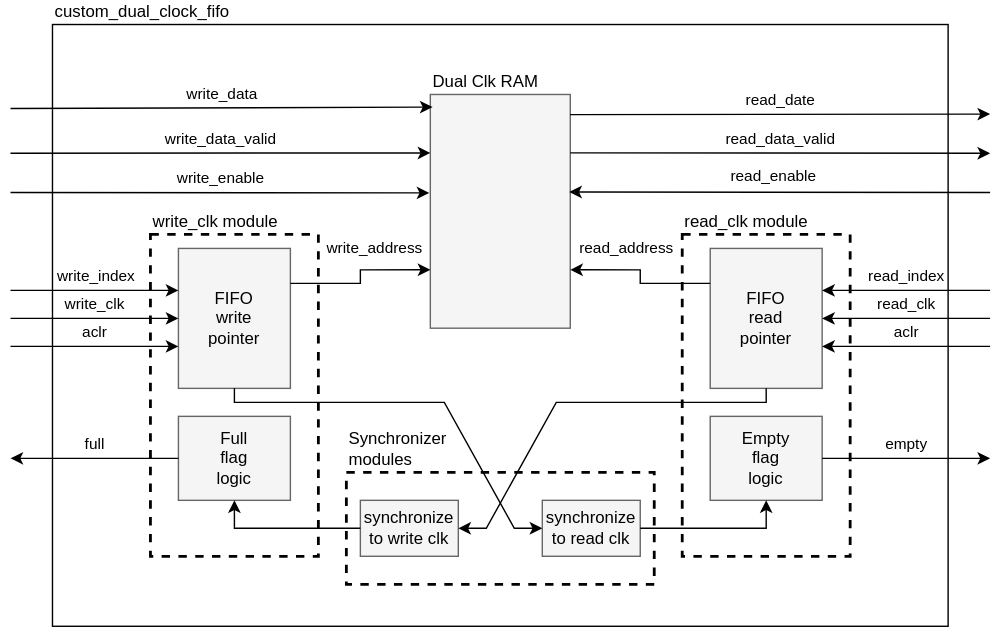
Before: ip/memories/fifo/docs/async_fifo.drawio.svg, a diagram exported from draw.io (nselvara/HDL-Core-Library). Source tidied: cells renumbered, new cells last; positions are measured from the earlier drawing's top-left corner, leaving out a move shared by most shapes.
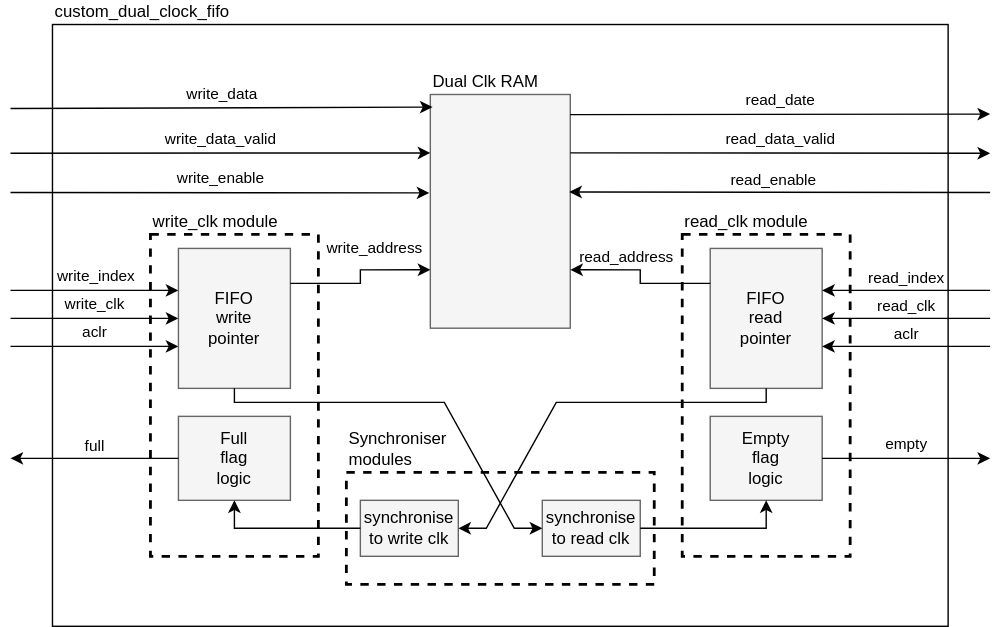
The same diagram one commit later.

Commit message:
async_fifo: Fixed colours of texts and positioned the texts above the arrows

What changed in the source:
```diff
@@ -5,13 +5,13 @@
     <mxCell id="2" value="custom_dual_clock_fifo" style="rounded=0;whiteSpace=wrap;html=1;strokeColor=#000000;fillColor=#FFFFFF;labelPosition=center;verticalLabelPosition=top;align=left;verticalAlign=bottom;" parent="1" vertex="1">
       <mxGeometry x="30" width="640" height="430" as="geometry" />
     </mxCell>
-    <mxCell id="3" value="write_clk module" style="rounded=0;whiteSpace=wrap;html=1;fillColor=none;dashed=1;strokeWidth=2;labelPosition=center;verticalLabelPosition=top;align=left;verticalAlign=bottom;strokeColor=#000000;" parent="1" vertex="1">
+    <mxCell id="3" value="&lt;font style=&quot;color: rgb(0, 0, 0);&quot;&gt;write_clk module&lt;/font&gt;" style="rounded=0;whiteSpace=wrap;html=1;fillColor=none;dashed=1;strokeWidth=2;labelPosition=center;verticalLabelPosition=top;align=left;verticalAlign=bottom;strokeColor=#000000;" parent="1" vertex="1">
       <mxGeometry x="100" y="150" width="120" height="230" as="geometry" />
     </mxCell>
     <mxCell id="4" value="&lt;font style=&quot;color: rgb(0, 0, 0);&quot;&gt;read_clk module&lt;/font&gt;" style="rounded=0;whiteSpace=wrap;html=1;fillColor=none;dashed=1;strokeWidth=2;labelPosition=center;verticalLabelPosition=top;align=left;verticalAlign=bottom;strokeColor=#000000;" parent="1" vertex="1">
       <mxGeometry x="480" y="150" width="120" height="230" as="geometry" />
     </mxCell>
-    <mxCell id="5" value="&lt;font style=&quot;color: rgb(0, 0, 0);&quot;&gt;Synchronizer&lt;br&gt;modules&lt;/font&gt;" style="rounded=0;whiteSpace=wrap;html=1;fillColor=none;dashed=1;strokeWidth=2;labelPosition=center;verticalLabelPosition=top;align=left;verticalAlign=bottom;strokeColor=#000000;" parent="1" vertex="1">
+    <mxCell id="5" value="&lt;font style=&quot;color: rgb(0, 0, 0);&quot;&gt;Synchroniser&lt;br&gt;modules&lt;/font&gt;" style="rounded=0;whiteSpace=wrap;html=1;fillColor=none;dashed=1;strokeWidth=2;labelPosition=center;verticalLabelPosition=top;align=left;verticalAlign=bottom;strokeColor=#000000;" parent="1" vertex="1">
       <mxGeometry x="240" y="320" width="220" height="80" as="geometry" />
     </mxCell>
     <mxCell id="6" value="&lt;font style=&quot;color: rgb(0, 0, 0);&quot;&gt;FIFO&lt;br&gt;write&lt;/font&gt;&lt;div&gt;&lt;font style=&quot;color: rgb(0, 0, 0);&quot;&gt;pointer&lt;/font&gt;&lt;/div&gt;" style="rounded=0;whiteSpace=wrap;html=1;fillColor=#f5f5f5;strokeColor=#666666;" parent="1" vertex="1">
@@ -20,7 +20,7 @@
     <mxCell id="7" value="&lt;font style=&quot;color: rgb(0, 0, 0);&quot;&gt;Full&lt;br&gt;flag&lt;br&gt;logic&lt;/font&gt;" style="rounded=0;whiteSpace=wrap;html=1;fillColor=#f5f5f5;strokeColor=#666666;" parent="1" vertex="1">
       <mxGeometry x="120" y="280" width="80" height="60" as="geometry" />
     </mxCell>
-    <mxCell id="8" value="Dual Clk RAM" style="rounded=0;whiteSpace=wrap;html=1;fillColor=#f5f5f5;strokeColor=#666666;labelPosition=center;verticalLabelPosition=top;align=left;verticalAlign=bottom;" parent="1" vertex="1">
+    <mxCell id="8" value="&lt;font style=&quot;color: rgb(0, 0, 0);&quot;&gt;Dual Clk RAM&lt;/font&gt;" style="rounded=0;whiteSpace=wrap;html=1;fillColor=#f5f5f5;strokeColor=#666666;labelPosition=center;verticalLabelPosition=top;align=left;verticalAlign=bottom;" parent="1" vertex="1">
       <mxGeometry x="300" y="50" width="100" height="167" as="geometry" />
     </mxCell>
     <mxCell id="9" value="&lt;font style=&quot;color: rgb(0, 0, 0);&quot;&gt;FIFO&lt;br&gt;read&lt;/font&gt;&lt;div&gt;&lt;font style=&quot;color: rgb(0, 0, 0);&quot;&gt;pointer&lt;/font&gt;&lt;/div&gt;" style="rounded=0;whiteSpace=wrap;html=1;fillColor=#f5f5f5;strokeColor=#666666;" parent="1" vertex="1">
@@ -29,10 +29,10 @@
     <mxCell id="10" value="&lt;font style=&quot;color: rgb(0, 0, 0);&quot;&gt;Empty&lt;br&gt;flag&lt;br&gt;logic&lt;/font&gt;" style="rounded=0;whiteSpace=wrap;html=1;fillColor=#f5f5f5;strokeColor=#666666;" parent="1" vertex="1">
       <mxGeometry x="500" y="280" width="80" height="60" as="geometry" />
     </mxCell>
-    <mxCell id="11" value="&lt;font style=&quot;color: rgb(0, 0, 0);&quot;&gt;synchronize&lt;br&gt;to write clk&lt;/font&gt;" style="rounded=0;whiteSpace=wrap;html=1;fillColor=#f5f5f5;strokeColor=#666666;" parent="1" vertex="1">
+    <mxCell id="11" value="&lt;font style=&quot;color: rgb(0, 0, 0);&quot;&gt;synchronise&lt;br&gt;to write clk&lt;/font&gt;" style="rounded=0;whiteSpace=wrap;html=1;fillColor=#f5f5f5;strokeColor=#666666;" parent="1" vertex="1">
       <mxGeometry x="250" y="340" width="70" height="40" as="geometry" />
     </mxCell>
-    <mxCell id="12" value="&lt;font style=&quot;color: rgb(0, 0, 0);&quot;&gt;synchronize&lt;br&gt;to read clk&lt;/font&gt;" style="rounded=0;whiteSpace=wrap;html=1;fillColor=#f5f5f5;strokeColor=#666666;" parent="1" vertex="1">
+    <mxCell id="12" value="&lt;font style=&quot;color: rgb(0, 0, 0);&quot;&gt;synchronise&lt;br&gt;to read clk&lt;/font&gt;" style="rounded=0;whiteSpace=wrap;html=1;fillColor=#f5f5f5;strokeColor=#666666;" parent="1" vertex="1">
       <mxGeometry x="380" y="340" width="70" height="40" as="geometry" />
     </mxCell>
     <mxCell id="13" value="&lt;font style=&quot;color: rgb(0, 0, 0);&quot;&gt;write_data&lt;/font&gt;" style="endArrow=classic;html=1;entryX=0.016;entryY=0.054;entryDx=0;entryDy=0;entryPerimeter=0;strokeColor=#000000;labelBackgroundColor=none;" parent="1" edge="1" target="8">
@@ -63,7 +63,7 @@
         <mxPoint x="120" y="230" as="targetPoint" />
       </mxGeometry>
     </mxCell>
-    <mxCell id="18" value="&lt;font style=&quot;color: rgb(0, 0, 0);&quot;&gt;full&lt;/font&gt;" style="endArrow=classic;html=1;strokeColor=#000000;exitX=0;exitY=0.5;exitDx=0;exitDy=0;labelBackgroundColor=none;" parent="1" edge="1" source="7">
+    <mxCell id="18" value="&lt;font style=&quot;color: rgb(0, 0, 0);&quot;&gt;full&lt;/font&gt;" style="endArrow=classic;html=1;strokeColor=#000000;exitX=0;exitY=0.5;exitDx=0;exitDy=0;labelBackgroundColor=none;labelPosition=center;verticalLabelPosition=top;align=center;verticalAlign=bottom;" parent="1" edge="1" source="7">
       <mxGeometry relative="1" as="geometry">
         <mxPoint y="310" as="targetPoint" />
       </mxGeometry>
@@ -73,19 +73,19 @@
         <mxPoint x="700" y="64" as="targetPoint" />
       </mxGeometry>
     </mxCell>
-    <mxCell id="20" value="&lt;span&gt;&lt;font style=&quot;color: rgb(0, 0, 0);&quot;&gt;read_index&lt;/font&gt;&lt;/span&gt;" style="endArrow=classic;html=1;strokeColor=#000000;labelBackgroundColor=none;" parent="1" edge="1">
+    <mxCell id="20" value="&lt;span&gt;&lt;font style=&quot;color: rgb(0, 0, 0);&quot;&gt;read_index&lt;/font&gt;&lt;/span&gt;" style="endArrow=classic;html=1;strokeColor=#000000;labelBackgroundColor=none;labelPosition=center;verticalLabelPosition=top;align=center;verticalAlign=bottom;" parent="1" edge="1">
       <mxGeometry relative="1" as="geometry">
         <mxPoint x="700" y="190" as="sourcePoint" />
         <mxPoint x="580" y="190" as="targetPoint" />
       </mxGeometry>
     </mxCell>
-    <mxCell id="21" value="&lt;font style=&quot;color: rgb(0, 0, 0);&quot;&gt;read_clk&lt;/font&gt;" style="endArrow=classic;html=1;strokeColor=#000000;labelBackgroundColor=none;" parent="1" edge="1">
+    <mxCell id="21" value="&lt;font style=&quot;color: rgb(0, 0, 0);&quot;&gt;read_clk&lt;/font&gt;" style="endArrow=classic;html=1;strokeColor=#000000;labelBackgroundColor=none;labelPosition=center;verticalLabelPosition=top;align=center;verticalAlign=bottom;" parent="1" edge="1">
       <mxGeometry relative="1" as="geometry">
         <mxPoint x="700" y="210" as="sourcePoint" />
         <mxPoint x="580" y="210" as="targetPoint" />
       </mxGeometry>
     </mxCell>
-    <mxCell id="22" value="&lt;font style=&quot;color: rgb(0, 0, 0);&quot;&gt;aclr&lt;/font&gt;" style="endArrow=classic;html=1;strokeColor=#000000;labelBackgroundColor=none;" parent="1" edge="1">
+    <mxCell id="22" value="&lt;font style=&quot;color: rgb(0, 0, 0);&quot;&gt;aclr&lt;/font&gt;" style="endArrow=classic;html=1;strokeColor=#000000;labelBackgroundColor=none;labelPosition=center;verticalLabelPosition=top;align=center;verticalAlign=bottom;" parent="1" edge="1">
       <mxGeometry relative="1" as="geometry">
         <mxPoint x="700" y="230" as="sourcePoint" />
         <mxPoint x="580" y="230" as="targetPoint" />
@@ -104,7 +104,7 @@
         </Array>
       </mxGeometry>
     </mxCell>
-    <mxCell id="25" value="&lt;font style=&quot;color: rgb(0, 0, 0);&quot;&gt;read_address&lt;/font&gt;" style="endArrow=classic;html=1;entryX=1;entryY=0.75;entryDx=0;entryDy=0;exitX=0;exitY=0.25;exitDx=0;exitDy=0;strokeColor=#000000;edgeStyle=orthogonalEdgeStyle;rounded=0;curved=0;labelBackgroundColor=none;" parent="1" edge="1" source="9" target="8">
+    <mxCell id="25" value="&lt;font style=&quot;color: rgb(0, 0, 0);&quot;&gt;read_address&lt;/font&gt;" style="endArrow=classic;html=1;entryX=1;entryY=0.75;entryDx=0;entryDy=0;exitX=0;exitY=0.25;exitDx=0;exitDy=0;strokeColor=#000000;edgeStyle=orthogonalEdgeStyle;rounded=0;curved=0;labelBackgroundColor=none;labelPosition=center;verticalLabelPosition=top;align=center;verticalAlign=bottom;" parent="1" edge="1" source="9" target="8">
       <mxGeometry x="0.27" relative="1" as="geometry" />
     </mxCell>
     <mxCell id="26" style="endArrow=classic;html=1;entryX=0;entryY=0.5;entryDx=0;entryDy=0;exitX=0.5;exitY=1;exitDx=0;exitDy=0;rounded=0;curved=0;strokeColor=#000000;" parent="1" edge="1" source="6" target="12">
@@ -139,7 +139,7 @@
         </Array>
       </mxGeometry>
     </mxCell>
-    <mxCell id="30" value="&lt;font style=&quot;color: rgb(0, 0, 0);&quot;&gt;read_enable&lt;/font&gt;" style="endArrow=classic;html=1;strokeColor=#000000;entryX=0.993;entryY=0.417;entryDx=0;entryDy=0;entryPerimeter=0;labelBackgroundColor=none;" parent="1" edge="1" target="8">
+    <mxCell id="30" value="&lt;font style=&quot;color: rgb(0, 0, 0);&quot;&gt;read_enable&lt;/font&gt;" style="endArrow=classic;html=1;strokeColor=#000000;entryX=0.993;entryY=0.417;entryDx=0;entryDy=0;entryPerimeter=0;labelBackgroundColor=none;labelPosition=center;verticalLabelPosition=top;align=center;verticalAlign=bottom;" parent="1" edge="1" target="8">
       <mxGeometry x="0.03" relative="1" as="geometry">
         <mxPoint x="700" y="120" as="sourcePoint" />
       </mxGeometry>
```
